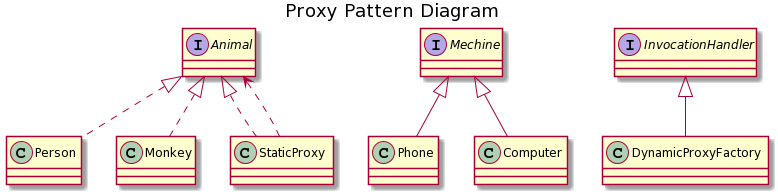
Before: src/demo_base/pattern/ProxyPatternDiagram.png, a diagram exported from PlantUML (simba88888/javaLearn).
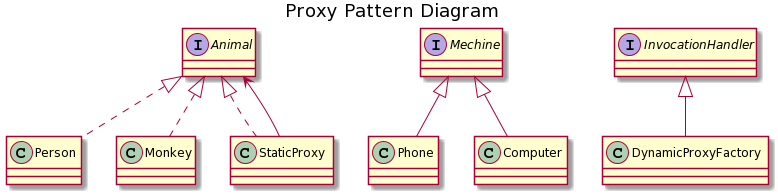
The same file after the commit.

Diff of the diagram source:
```diff
@@ -11,7 +11,7 @@
 Animal <|.. StaticProxy
 
 
-StaticProxy ..> Animal
+StaticProxy --> Animal
 
 interface  Mechine
 class Phone
```
